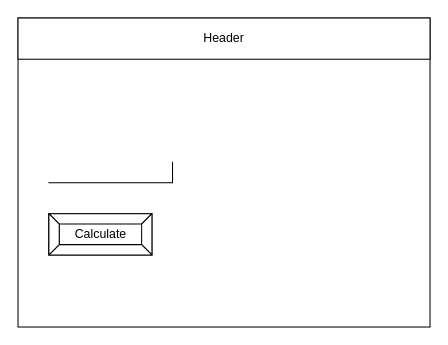
Earlier version of the draw.io diagram design/story-board.drawio (brennan-lee/ICS20-3-02-Volume-of-a-Pyramid). Source tidied: cells renumbered, new cells numbered last; positions are measured from the earlier drawing's top-left corner, leaving out a move shared by most shapes. Both pictures are drawn from the tidied source at 103%, with x=0, y=0 at pixel (18, 18).
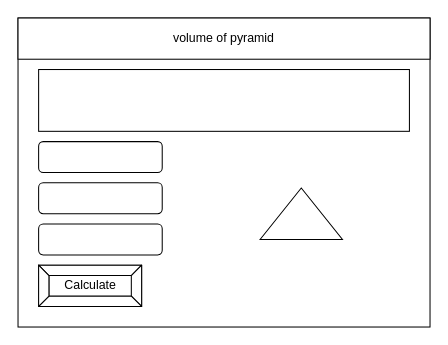
The same diagram, later.

Commit message:
story board

Diff of the diagram source:
```diff
@@
 <mxGraphModel>
   <root>
     <mxCell id="0" />
     <mxCell id="1" parent="0" />
     <mxCell id="2" style="rounded=0;whiteSpace=wrap;html=1;" parent="1" vertex="1">
       <mxGeometry width="400" height="300" as="geometry" />
     </mxCell>
-    <mxCell id="3" value="Header" style="rounded=0;whiteSpace=wrap;html=1;" parent="1" vertex="1">
+    <mxCell id="3" value="volume of pyramid" style="rounded=0;whiteSpace=wrap;html=1;" parent="1" vertex="1">
       <mxGeometry width="400" height="40" as="geometry" />
     </mxCell>
-    <mxCell id="4" style="shape=partialRectangle;whiteSpace=wrap;html=1;top=0;left=0;fillColor=none;" parent="1" vertex="1">
-      <mxGeometry x="30" y="140" width="120" height="20" as="geometry" />
-    </mxCell>
     <mxCell id="5" value="Calculate" style="labelPosition=center;verticalLabelPosition=middle;align=center;html=1;shape=mxgraph.basic.button;dx=10;" parent="1" vertex="1">
-      <mxGeometry x="30" y="190" width="100" height="40" as="geometry" />
+      <mxGeometry x="20" y="240" width="100" height="40" as="geometry" />
     </mxCell>
+    <mxCell id="6" style="rounded=1;whiteSpace=wrap;html=1;" parent="1" vertex="1">
+      <mxGeometry x="20" y="200" width="120" height="30" as="geometry" />
+    </mxCell>
+    <mxCell id="7" style="rounded=1;whiteSpace=wrap;html=1;" parent="1" vertex="1">
+      <mxGeometry x="20" y="160" width="120" height="30" as="geometry" />
+    </mxCell>
+    <mxCell id="8" style="rounded=1;whiteSpace=wrap;html=1;" parent="1" vertex="1">
+      <mxGeometry x="20" y="120" width="120" height="30" as="geometry" />
+    </mxCell>
+    <mxCell id="9" style="rounded=0;whiteSpace=wrap;html=1;" parent="1" vertex="1">
+      <mxGeometry x="20" y="50" width="360" height="60" as="geometry" />
+    </mxCell>
+    <mxCell id="10" style="triangle;whiteSpace=wrap;html=1;rotation=-90;" parent="1" vertex="1">
+      <mxGeometry x="250" y="150" width="50" height="80" as="geometry" />
+    </mxCell>
   </root>
 </mxGraphModel>
```
